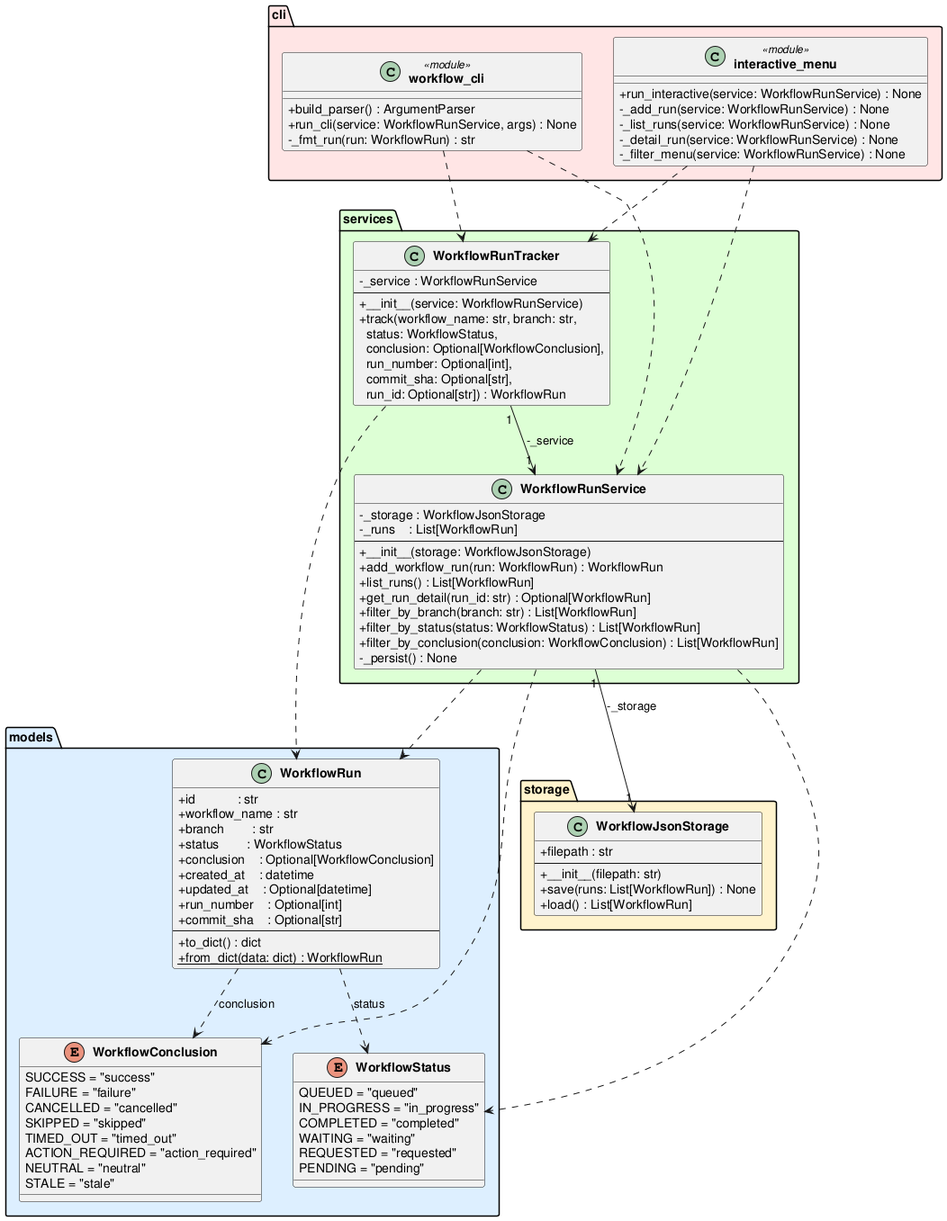
Above: experiments/pipeline/structured_text/github-workflow-manager/artifacts/class_diagram.png in DanielRiha8906/Software_autoevolution_using_agents (PlantUML), before the change.
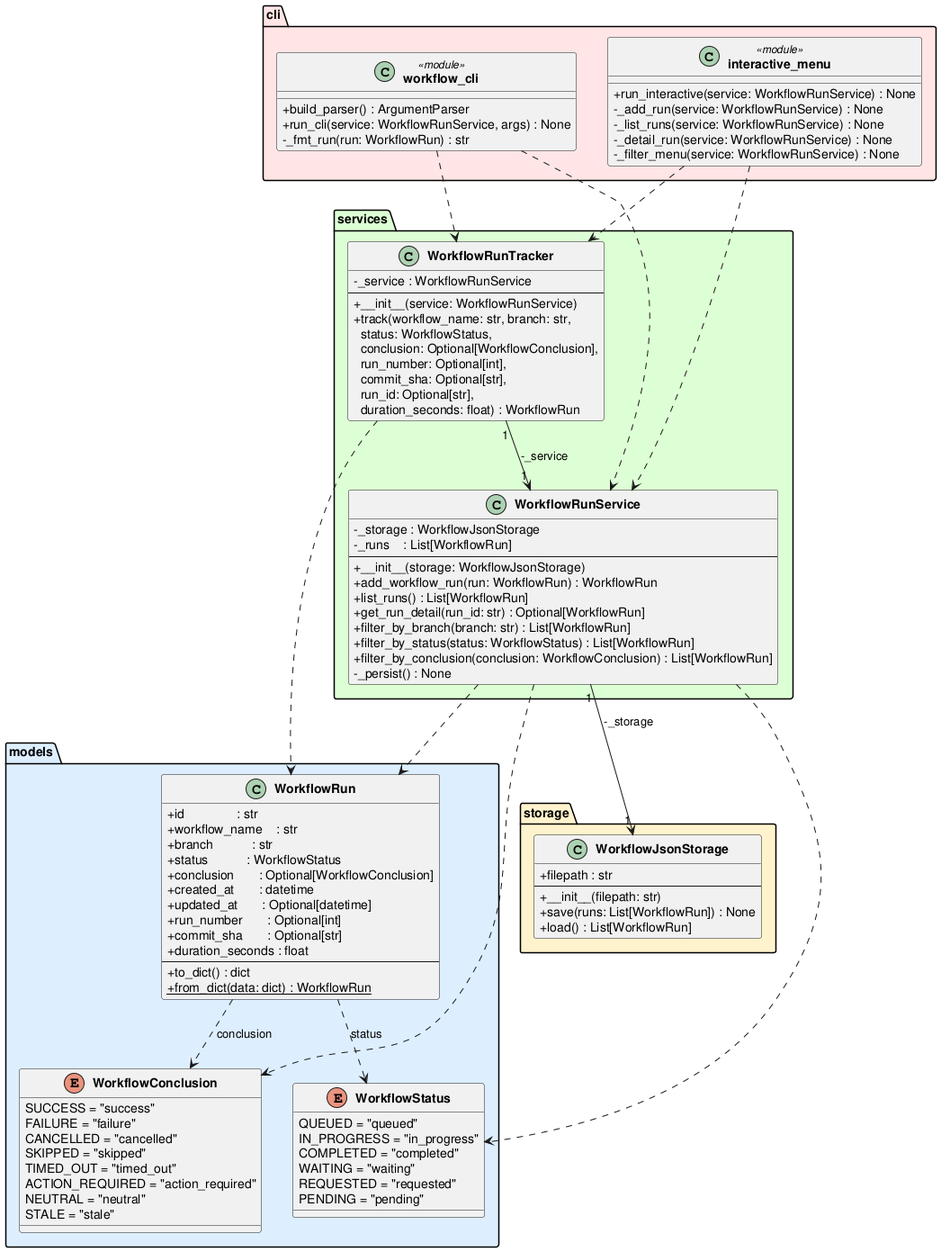
The same diagram one commit later.

Diff of the diagram source:
```diff
@@ -25,15 +25,16 @@
     }
 
     class WorkflowRun {
-        +id            : str
-        +workflow_name : str
-        +branch        : str
-        +status        : WorkflowStatus
-        +conclusion    : Optional[WorkflowConclusion]
-        +created_at    : datetime
-        +updated_at    : Optional[datetime]
-        +run_number    : Optional[int]
-        +commit_sha    : Optional[str]
+        +id               : str
+        +workflow_name    : str
+        +branch           : str
+        +status           : WorkflowStatus
+        +conclusion       : Optional[WorkflowConclusion]
+        +created_at       : datetime
+        +updated_at       : Optional[datetime]
+        +run_number       : Optional[int]
+        +commit_sha       : Optional[str]
+        +duration_seconds : float
         --
         +to_dict() : dict
         +{static} from_dict(data: dict) : WorkflowRun
@@ -69,7 +70,7 @@
         -_service : WorkflowRunService
         --
         +__init__(service: WorkflowRunService)
-        +track(workflow_name: str, branch: str,\n  status: WorkflowStatus,\n  conclusion: Optional[WorkflowConclusion],\n  run_number: Optional[int],\n  commit_sha: Optional[str],\n  run_id: Optional[str]) : WorkflowRun
+        +track(workflow_name: str, branch: str,\n  status: WorkflowStatus,\n  conclusion: Optional[WorkflowConclusion],\n  run_number: Optional[int],\n  commit_sha: Optional[str],\n  run_id: Optional[str],\n  duration_seconds: float) : WorkflowRun
     }
 }
 
```
